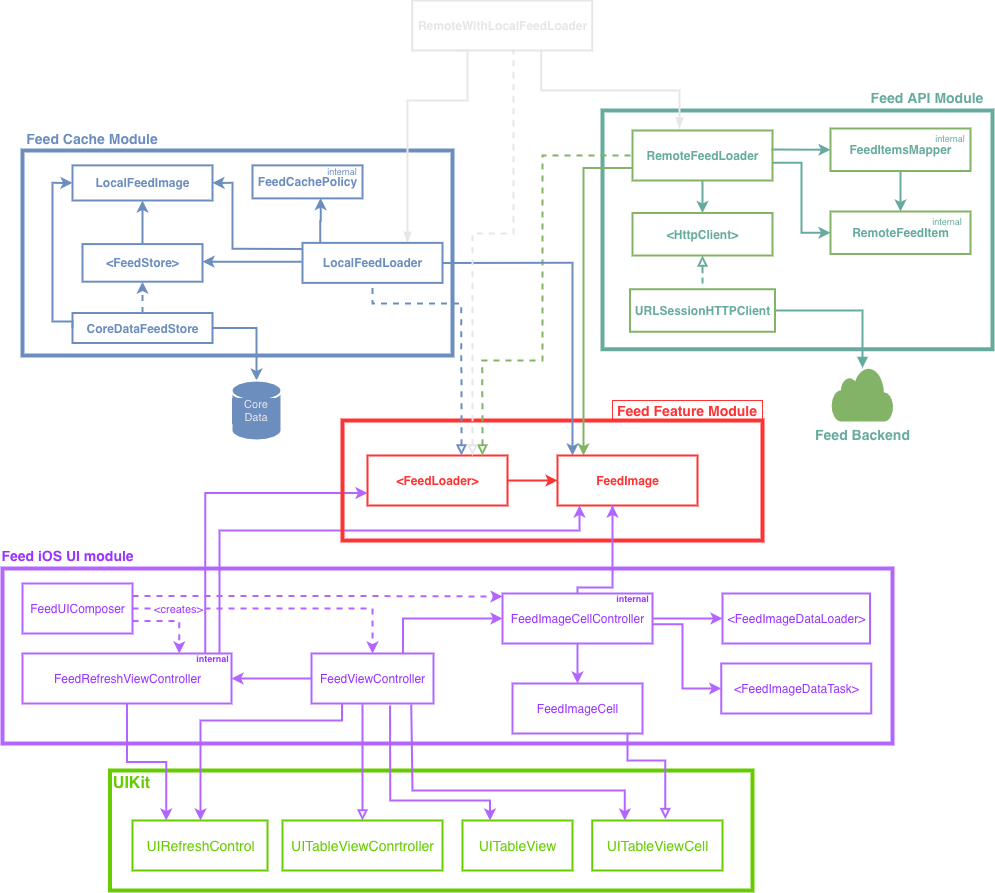
This is _images/architecture.png from iCamilo/ios-lead-essentials-feed-fetcher, a draw.io export, as it was before one commit. Source tidied: cells renumbered, new cells last; positions are measured from the earlier drawing's top-left corner, leaving out a move shared by most shapes.
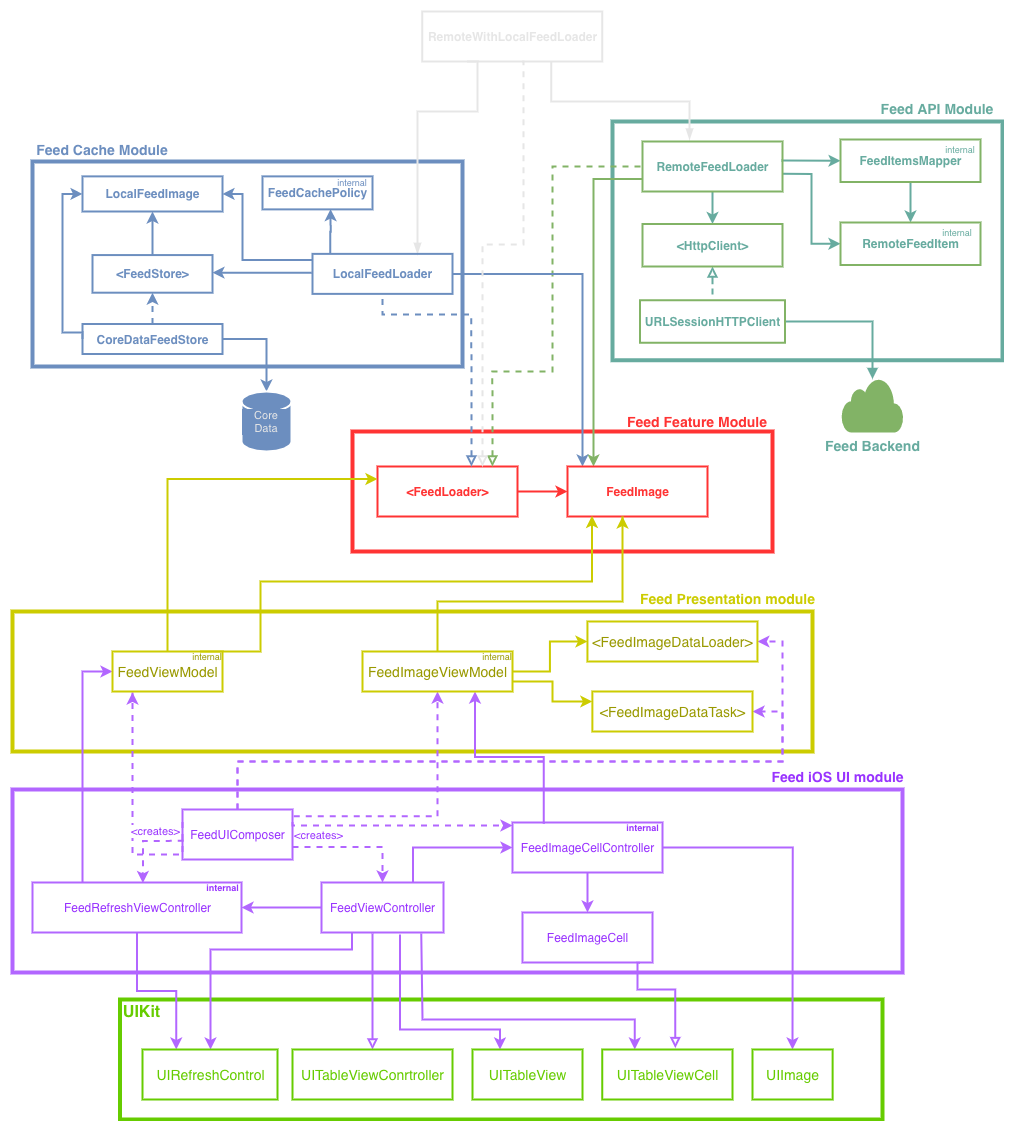
The same file after the commit.

Commit message:
Update architecture diagram with the presentation (ViewModels) modules.

Diff of the diagram source:
```diff
@@ -4,2 +4,5 @@
     <mxCell id="1" parent="0" />
+    <mxCell id="82" style="rounded=0;whiteSpace=wrap;html=1;strokeColor=#CCCC00;strokeWidth=4;fillColor=none;fontSize=9;fontColor=#999900;" parent="1" vertex="1">
+      <mxGeometry y="600" width="800" height="140" as="geometry" />
+    </mxCell>
     <mxCell id="2" style="html=1;fillColor=none;strokeColor=#6c8ebf;strokeWidth=4;fontColor=#6C8EBF;fontStyle=1;shadow=0;" parent="1" vertex="1">
@@ -8,19 +11,7 @@
     <mxCell id="3" style="rounded=0;whiteSpace=wrap;html=1;strokeColor=#66CC00;strokeWidth=4;fillColor=none;fontSize=14;fontColor=#9933FF;" parent="1" vertex="1">
-      <mxGeometry x="107.5" y="770" width="642.5" height="120" as="geometry" />
+      <mxGeometry x="107.5" y="988" width="762.5" height="120" as="geometry" />
     </mxCell>
     <mxCell id="4" style="rounded=0;whiteSpace=wrap;html=1;strokeColor=#B266FF;strokeWidth=4;fillColor=none;fontSize=9;fontColor=#9933FF;" parent="1" vertex="1">
-      <mxGeometry y="568" width="890" height="175" as="geometry" />
+      <mxGeometry y="778" width="890" height="183" as="geometry" />
     </mxCell>
-    <mxCell id="5" style="edgeStyle=orthogonalEdgeStyle;rounded=0;jettySize=auto;html=1;entryX=0;entryY=0.75;entryDx=0;entryDy=0;strokeColor=#B266FF;strokeWidth=2;fontColor=#9933FF;exitX=0.321;exitY=0;exitDx=0;exitDy=0;exitPerimeter=0;" parent="1" edge="1" source="70" target="12">
-      <mxGeometry relative="1" as="geometry" />
-    </mxCell>
-    <mxCell id="6" style="edgeStyle=orthogonalEdgeStyle;rounded=0;jettySize=auto;html=1;strokeColor=#B266FF;strokeWidth=2;fontColor=#9933FF;exitX=0.675;exitY=-0.083;exitDx=0;exitDy=0;exitPerimeter=0;" parent="1" edge="1" source="70">
-      <mxGeometry relative="1" as="geometry">
-        <mxPoint x="577" y="505" as="targetPoint" />
-        <Array as="points">
-          <mxPoint x="217" y="530" />
-          <mxPoint x="577" y="530" />
-        </Array>
-      </mxGeometry>
-    </mxCell>
     <mxCell id="7" style="rounded=0;whiteSpace=wrap;html=1;strokeWidth=4;fillColor=none;gradientColor=none;strokeColor=#FF3333;fontColor=#FF3333;" parent="1" vertex="1">
@@ -149,3 +140,3 @@
     </mxCell>
-    <mxCell id="37" value="Feed Feature Module" style="text;html=1;fillColor=none;align=center;verticalAlign=middle;whiteSpace=wrap;rounded=0;fontSize=14;fontStyle=1;strokeColor=#FF3333;fontColor=#FF3333;" parent="1" vertex="1">
+    <mxCell id="37" value="Feed Feature Module" style="text;html=1;fillColor=none;align=center;verticalAlign=middle;whiteSpace=wrap;rounded=0;fontSize=14;fontStyle=1;fontColor=#FF3333;" parent="1" vertex="1">
       <mxGeometry x="610" y="400" width="150" height="20" as="geometry" />
@@ -208,3 +199,3 @@
       <mxGeometry relative="1" as="geometry">
-        <mxPoint x="360" y="704" as="sourcePoint" />
+        <mxPoint x="360" y="922" as="sourcePoint" />
       </mxGeometry>
@@ -214,4 +205,4 @@
         <Array as="points">
-          <mxPoint x="340" y="720" />
-          <mxPoint x="198" y="720" />
+          <mxPoint x="340" y="938" />
+          <mxPoint x="198" y="938" />
         </Array>
@@ -222,4 +213,4 @@
         <Array as="points">
-          <mxPoint x="388" y="800" />
-          <mxPoint x="488" y="800" />
+          <mxPoint x="388" y="1018" />
+          <mxPoint x="488" y="1018" />
         </Array>
@@ -230,5 +221,5 @@
         <Array as="points">
-          <mxPoint x="410" y="704" />
-          <mxPoint x="410" y="790" />
-          <mxPoint x="622" y="790" />
+          <mxPoint x="410" y="922" />
+          <mxPoint x="410" y="1008" />
+          <mxPoint x="622" y="1008" />
         </Array>
@@ -237,3 +228,3 @@
     <mxCell id="56" value="FeedViewController" style="html=1;fillColor=none;strokeWidth=2;fontColor=#9933FF;strokeColor=#B266FF;" parent="1" vertex="1">
-      <mxGeometry x="309" y="653" width="122" height="50" as="geometry" />
+      <mxGeometry x="309" y="871" width="122" height="50" as="geometry" />
     </mxCell>
@@ -242,4 +233,11 @@
     </mxCell>
+    <mxCell id="83" style="edgeStyle=orthogonalEdgeStyle;rounded=0;jettySize=auto;html=1;entryX=0;entryY=0.5;entryDx=0;entryDy=0;strokeColor=#B266FF;strokeWidth=2;fontColor=#9933FF;" parent="1" edge="1" source="58" target="92">
+      <mxGeometry relative="1" as="geometry">
+        <Array as="points">
+          <mxPoint x="70" y="660" />
+        </Array>
+      </mxGeometry>
+    </mxCell>
     <mxCell id="58" value="FeedRefreshViewController" style="html=1;fillColor=none;strokeWidth=2;fontColor=#9933FF;strokeColor=#B266FF;" parent="1" vertex="1">
-      <mxGeometry x="20" y="653" width="209" height="50" as="geometry" />
+      <mxGeometry x="20" y="871" width="209" height="50" as="geometry" />
     </mxCell>
@@ -248,32 +246,11 @@
     </mxCell>
-    <mxCell id="60" style="edgeStyle=orthogonalEdgeStyle;rounded=0;jettySize=auto;html=1;strokeColor=#B266FF;strokeWidth=2;fontColor=#9933FF;" parent="1" edge="1" source="63" target="65">
-      <mxGeometry relative="1" as="geometry" />
-    </mxCell>
-    <mxCell id="61" style="edgeStyle=orthogonalEdgeStyle;rounded=0;jettySize=auto;html=1;strokeColor=#B266FF;strokeWidth=2;fontColor=#9933FF;exitX=1;exitY=0.613;exitDx=0;exitDy=0;exitPerimeter=0;entryX=0;entryY=0.5;entryDx=0;entryDy=0;" parent="1" edge="1" source="63" target="64">
-      <mxGeometry relative="1" as="geometry">
-        <Array as="points">
-          <mxPoint x="680" y="624" />
-          <mxPoint x="680" y="688" />
-        </Array>
-      </mxGeometry>
-    </mxCell>
-    <mxCell id="62" style="edgeStyle=orthogonalEdgeStyle;rounded=0;jettySize=auto;html=1;strokeColor=#B266FF;strokeWidth=2;fontColor=#9933FF;" parent="1" edge="1" source="63">
-      <mxGeometry relative="1" as="geometry">
-        <mxPoint x="610" y="505" as="targetPoint" />
-        <Array as="points">
-          <mxPoint x="575" y="587" />
-          <mxPoint x="610" y="587" />
-          <mxPoint x="610" y="505" />
-        </Array>
-      </mxGeometry>
-    </mxCell>
+    <mxCell id="84" style="edgeStyle=orthogonalEdgeStyle;rounded=0;jettySize=auto;html=1;entryX=0.5;entryY=0;entryDx=0;entryDy=0;strokeColor=#B266FF;strokeWidth=2;fontColor=#9933FF;" parent="1" edge="1" source="63" target="99">
+      <mxGeometry relative="1" as="geometry" />
+    </mxCell>
+    <mxCell id="85" style="edgeStyle=orthogonalEdgeStyle;rounded=0;jettySize=auto;html=1;entryX=0.75;entryY=1;entryDx=0;entryDy=0;strokeColor=#B266FF;strokeWidth=2;fontColor=#9933FF;exitX=0.208;exitY=0.027;exitDx=0;exitDy=0;exitPerimeter=0;" parent="1" edge="1" source="63" target="97">
+      <mxGeometry relative="1" as="geometry" />
+    </mxCell>
     <mxCell id="63" value="FeedImageCellController" style="html=1;fillColor=none;strokeWidth=2;fontColor=#9933FF;strokeColor=#B266FF;" parent="1" vertex="1">
-      <mxGeometry x="500" y="593" width="150" height="50" as="geometry" />
+      <mxGeometry x="500" y="811" width="150" height="50" as="geometry" />
     </mxCell>
-    <mxCell id="64" value="&amp;lt;FeedImageDataTask&amp;gt;" style="html=1;fillColor=none;strokeWidth=2;fontColor=#9933FF;strokeColor=#B266FF;" parent="1" vertex="1">
-      <mxGeometry x="718.8" y="663" width="150" height="50" as="geometry" />
-    </mxCell>
-    <mxCell id="65" value="&amp;lt;FeedImageDataLoader&amp;gt;" style="html=1;fillColor=none;strokeWidth=2;fontColor=#9933FF;strokeColor=#B266FF;" parent="1" vertex="1">
-      <mxGeometry x="720" y="593" width="147.5" height="50" as="geometry" />
-    </mxCell>
     <mxCell id="66" style="edgeStyle=orthogonalEdgeStyle;rounded=0;jettySize=auto;html=1;endArrow=block;endFill=0;strokeColor=#B266FF;strokeWidth=2;fontColor=#9933FF;exitX=0.904;exitY=1.006;exitDx=0;exitDy=0;exitPerimeter=0;entryX=0.561;entryY=-0.028;entryDx=0;entryDy=0;entryPerimeter=0;" parent="1" edge="1" source="67" target="79">
@@ -281,5 +258,5 @@
         <Array as="points">
-          <mxPoint x="625" y="733" />
-          <mxPoint x="625" y="760" />
-          <mxPoint x="663" y="760" />
+          <mxPoint x="625" y="951" />
+          <mxPoint x="625" y="978" />
+          <mxPoint x="663" y="978" />
         </Array>
@@ -288,20 +265,54 @@
     <mxCell id="67" value="FeedImageCell" style="html=1;fillColor=none;strokeWidth=2;fontColor=#9933FF;strokeColor=#B266FF;" parent="1" vertex="1">
-      <mxGeometry x="510" y="683" width="130" height="50" as="geometry" />
+      <mxGeometry x="510" y="901" width="130" height="50" as="geometry" />
     </mxCell>
-    <mxCell id="68" style="edgeStyle=orthogonalEdgeStyle;rounded=0;jettySize=auto;html=1;dashed=1;strokeColor=#B266FF;strokeWidth=2;fontColor=#9933FF;exitX=1;exitY=0.75;exitDx=0;exitDy=0;entryX=0.75;entryY=0;entryDx=0;entryDy=0;" parent="1" edge="1" source="69" target="58">
-      <mxGeometry relative="1" as="geometry" />
+    <mxCell id="68" style="edgeStyle=orthogonalEdgeStyle;rounded=0;jettySize=auto;html=1;dashed=1;strokeColor=#B266FF;strokeWidth=2;fontColor=#9933FF;exitX=0.011;exitY=0.627;exitDx=0;exitDy=0;exitPerimeter=0;entryX=0.528;entryY=0.01;entryDx=0;entryDy=0;entryPerimeter=0;" parent="1" edge="1" source="69" target="58">
+      <mxGeometry relative="1" as="geometry">
+        <Array as="points">
+          <mxPoint x="130" y="829" />
+        </Array>
+      </mxGeometry>
     </mxCell>
+    <mxCell id="86" style="edgeStyle=orthogonalEdgeStyle;rounded=0;jettySize=auto;html=1;dashed=1;strokeColor=#B266FF;strokeWidth=2;fontColor=#9933FF;exitX=0;exitY=0.25;exitDx=0;exitDy=0;" parent="1" edge="1" source="69">
+      <mxGeometry relative="1" as="geometry">
+        <mxPoint x="120" y="681" as="targetPoint" />
+        <Array as="points">
+          <mxPoint x="120" y="843" />
+          <mxPoint x="120" y="681" />
+        </Array>
+      </mxGeometry>
+    </mxCell>
+    <mxCell id="87" style="edgeStyle=orthogonalEdgeStyle;rounded=0;jettySize=auto;html=1;dashed=1;strokeColor=#B266FF;strokeWidth=2;fontColor=#9933FF;exitX=1.011;exitY=0.137;exitDx=0;exitDy=0;exitPerimeter=0;" parent="1" edge="1" source="69" target="97">
+      <mxGeometry relative="1" as="geometry" />
+    </mxCell>
+    <mxCell id="88" style="edgeStyle=orthogonalEdgeStyle;rounded=0;jettySize=auto;html=1;entryX=1;entryY=0.5;entryDx=0;entryDy=0;dashed=1;strokeColor=#B266FF;strokeWidth=2;fontColor=#9933FF;exitX=0.5;exitY=0;exitDx=0;exitDy=0;" parent="1" edge="1" source="69" target="64">
+      <mxGeometry relative="1" as="geometry">
+        <Array as="points">
+          <mxPoint x="225" y="750" />
+          <mxPoint x="770" y="750" />
+          <mxPoint x="770" y="700" />
+        </Array>
+      </mxGeometry>
+    </mxCell>
+    <mxCell id="89" style="edgeStyle=orthogonalEdgeStyle;rounded=0;jettySize=auto;html=1;entryX=1;entryY=0.5;entryDx=0;entryDy=0;dashed=1;strokeColor=#B266FF;strokeWidth=2;fontColor=#9933FF;exitX=0.5;exitY=0;exitDx=0;exitDy=0;" parent="1" edge="1" source="69" target="65">
+      <mxGeometry relative="1" as="geometry">
+        <Array as="points">
+          <mxPoint x="225" y="750" />
+          <mxPoint x="770" y="750" />
+          <mxPoint x="770" y="630" />
+        </Array>
+      </mxGeometry>
+    </mxCell>
     <mxCell id="69" value="FeedUIComposer" style="html=1;strokeColor=#B266FF;strokeWidth=2;fillColor=none;fontColor=#9933FF;" parent="1" vertex="1">
-      <mxGeometry x="20" y="583" width="110" height="50" as="geometry" />
+      <mxGeometry x="170" y="798" width="110" height="50" as="geometry" />
     </mxCell>
     <mxCell id="70" value="internal" style="text;align=center;fontStyle=1;verticalAlign=middle;spacingLeft=3;spacingRight=3;strokeColor=none;points=[[0,0.5],[1,0.5]];portConstraint=eastwest;fillColor=none;fontColor=#9933FF;html=1;fontSize=9;" parent="1" vertex="1">
-      <mxGeometry x="190" y="653" width="40" height="10" as="geometry" />
+      <mxGeometry x="190" y="871" width="40" height="10" as="geometry" />
     </mxCell>
     <mxCell id="71" value="internal" style="text;align=center;fontStyle=1;verticalAlign=middle;spacingLeft=3;spacingRight=3;strokeColor=none;fillColor=none;fontColor=#9933FF;html=1;fontSize=9;" parent="1" vertex="1">
-      <mxGeometry x="610" y="593" width="40" height="10" as="geometry" />
+      <mxGeometry x="610" y="811" width="40" height="10" as="geometry" />
     </mxCell>
     <mxCell id="72" value="Feed iOS UI module" style="text;align=center;fontStyle=1;verticalAlign=middle;spacingLeft=3;spacingRight=3;strokeColor=none;fillColor=none;fontSize=14;fontColor=#9933FF;html=1;" parent="1" vertex="1">
-      <mxGeometry y="542" width="130" height="26" as="geometry" />
+      <mxGeometry x="760" y="752" width="130" height="26" as="geometry" />
     </mxCell>
-    <mxCell id="73" style="edgeStyle=orthogonalEdgeStyle;rounded=0;jettySize=auto;html=1;entryX=0.5;entryY=0;entryDx=0;entryDy=0;dashed=1;strokeColor=#B266FF;strokeWidth=2;fontColor=#9933FF;" parent="1" edge="1" source="69" target="56">
+    <mxCell id="73" style="edgeStyle=orthogonalEdgeStyle;rounded=0;jettySize=auto;html=1;entryX=0.5;entryY=0;entryDx=0;entryDy=0;dashed=1;strokeColor=#B266FF;strokeWidth=2;fontColor=#9933FF;exitX=1;exitY=0.75;exitDx=0;exitDy=0;" parent="1" edge="1" source="69" target="56">
       <mxGeometry relative="1" as="geometry" />
@@ -310,3 +321,3 @@
       <mxGeometry x="-0.8" y="-1" relative="1" as="geometry">
-        <mxPoint x="17.1" y="-1" as="offset" />
+        <mxPoint x="12.5" y="-13.5" as="offset" />
       </mxGeometry>
@@ -315,6 +326,6 @@
       <mxGeometry relative="1" as="geometry">
-        <mxPoint x="500" y="596" as="targetPoint" />
+        <mxPoint x="500" y="814" as="targetPoint" />
         <Array as="points">
-          <mxPoint x="345" y="596" />
-          <mxPoint x="500" y="596" />
+          <mxPoint x="345" y="814" />
+          <mxPoint x="500" y="814" />
         </Array>
@@ -323,15 +334,15 @@
     <mxCell id="76" value="UITableViewConrtroller" style="html=1;strokeColor=#66CC00;strokeWidth=2;fillColor=none;fontSize=14;fontColor=#66CC00;" parent="1" vertex="1">
-      <mxGeometry x="280" y="820" width="160" height="50" as="geometry" />
+      <mxGeometry x="280" y="1038" width="160" height="50" as="geometry" />
     </mxCell>
     <mxCell id="77" value="UIRefreshControl" style="html=1;strokeColor=#66CC00;strokeWidth=2;fillColor=none;fontSize=14;fontColor=#66CC00;" parent="1" vertex="1">
-      <mxGeometry x="130" y="820" width="135" height="50" as="geometry" />
+      <mxGeometry x="130" y="1038" width="135" height="50" as="geometry" />
     </mxCell>
     <mxCell id="78" value="UITableView" style="html=1;strokeColor=#66CC00;strokeWidth=2;fillColor=none;fontSize=14;fontColor=#66CC00;" parent="1" vertex="1">
-      <mxGeometry x="460" y="820" width="110" height="50" as="geometry" />
+      <mxGeometry x="460" y="1038" width="110" height="50" as="geometry" />
     </mxCell>
     <mxCell id="79" value="UITableViewCell" style="html=1;strokeColor=#66CC00;strokeWidth=2;fillColor=none;fontSize=14;fontColor=#66CC00;" parent="1" vertex="1">
-      <mxGeometry x="589.8" y="820" width="130.2" height="50" as="geometry" />
+      <mxGeometry x="589.8" y="1038" width="130.2" height="50" as="geometry" />
     </mxCell>
     <mxCell id="80" value="&lt;font color=&quot;#66cc00&quot; style=&quot;font-size: 16px&quot;&gt;UIKit&lt;/font&gt;" style="text;align=center;fontStyle=1;verticalAlign=middle;spacingLeft=3;spacingRight=3;strokeColor=none;fillColor=none;fontSize=14;fontColor=#9933FF;html=1;" parent="1" vertex="1">
-      <mxGeometry x="107.5" y="770" width="42.5" height="26" as="geometry" />
+      <mxGeometry x="107.5" y="988" width="42.5" height="26" as="geometry" />
     </mxCell>
@@ -340,2 +351,56 @@
     </mxCell>
+    <mxCell id="90" style="edgeStyle=orthogonalEdgeStyle;rounded=0;jettySize=auto;html=1;entryX=0;entryY=0.25;entryDx=0;entryDy=0;strokeWidth=2;fontSize=14;fontColor=#999900;strokeColor=#CCCC00;exitX=0.5;exitY=0;exitDx=0;exitDy=0;" parent="1" edge="1" source="92" target="12">
+      <mxGeometry relative="1" as="geometry" />
+    </mxCell>
+    <mxCell id="91" style="edgeStyle=orthogonalEdgeStyle;rounded=0;jettySize=auto;html=1;entryX=0.175;entryY=0.987;entryDx=0;entryDy=0;entryPerimeter=0;strokeColor=#CCCC00;strokeWidth=2;fontSize=9;fontColor=#999900;exitX=0.25;exitY=0;exitDx=0;exitDy=0;" parent="1" edge="1" source="93" target="36">
+      <mxGeometry relative="1" as="geometry">
+        <Array as="points">
+          <mxPoint x="248" y="570" />
+          <mxPoint x="580" y="570" />
+        </Array>
+      </mxGeometry>
+    </mxCell>
+    <mxCell id="92" value="FeedViewModel" style="html=1;labelBackgroundColor=none;strokeWidth=2;fontSize=14;fillColor=none;strokeColor=#CCCC00;fontColor=#999900;" parent="1" vertex="1">
+      <mxGeometry x="100" y="640" width="110" height="40" as="geometry" />
+    </mxCell>
+    <mxCell id="93" value="internal" style="text;html=1;strokeColor=none;fillColor=none;align=center;verticalAlign=middle;whiteSpace=wrap;rounded=0;fontSize=9;fontColor=#999900;" parent="1" vertex="1">
+      <mxGeometry x="180" y="640" width="30" height="10" as="geometry" />
+    </mxCell>
+    <mxCell id="94" style="edgeStyle=orthogonalEdgeStyle;rounded=0;jettySize=auto;html=1;strokeColor=#CCCC00;strokeWidth=2;fontSize=9;fontColor=#999900;" parent="1" edge="1" source="97" target="65">
+      <mxGeometry relative="1" as="geometry" />
+    </mxCell>
+    <mxCell id="95" style="edgeStyle=orthogonalEdgeStyle;rounded=0;jettySize=auto;html=1;strokeColor=#CCCC00;strokeWidth=2;fontSize=9;fontColor=#999900;entryX=0;entryY=0.25;entryDx=0;entryDy=0;exitX=1;exitY=0.75;exitDx=0;exitDy=0;" parent="1" edge="1" source="97" target="64">
+      <mxGeometry relative="1" as="geometry" />
+    </mxCell>
+    <mxCell id="96" style="edgeStyle=orthogonalEdgeStyle;rounded=0;jettySize=auto;html=1;strokeColor=#CCCC00;strokeWidth=2;fontSize=9;fontColor=#999900;exitX=0.5;exitY=0;exitDx=0;exitDy=0;" parent="1" edge="1" source="97">
+      <mxGeometry relative="1" as="geometry">
+        <mxPoint x="610" y="505" as="targetPoint" />
+        <Array as="points">
+          <mxPoint x="425" y="590" />
+          <mxPoint x="610" y="590" />
+          <mxPoint x="610" y="505" />
+        </Array>
+      </mxGeometry>
+    </mxCell>
+    <mxCell id="97" value="FeedImageViewModel" style="html=1;labelBackgroundColor=none;strokeWidth=2;fontSize=14;fillColor=none;strokeColor=#CCCC00;fontColor=#999900;" parent="1" vertex="1">
+      <mxGeometry x="350" y="640" width="150" height="40" as="geometry" />
+    </mxCell>
+    <mxCell id="64" value="&amp;lt;FeedImageDataTask&amp;gt;" style="html=1;labelBackgroundColor=none;strokeWidth=2;fontSize=14;fillColor=none;strokeColor=#CCCC00;fontColor=#999900;" parent="1" vertex="1">
+      <mxGeometry x="579.9" y="680" width="160.1" height="40" as="geometry" />
+    </mxCell>
+    <mxCell id="65" value="&amp;lt;FeedImageDataLoader&amp;gt;" style="html=1;labelBackgroundColor=none;strokeWidth=2;fontSize=14;fillColor=none;strokeColor=#CCCC00;fontColor=#999900;" parent="1" vertex="1">
+      <mxGeometry x="574.9" y="610" width="170" height="40" as="geometry" />
+    </mxCell>
+    <mxCell id="98" value="internal" style="text;html=1;strokeColor=none;fillColor=none;align=center;verticalAlign=middle;whiteSpace=wrap;rounded=0;fontSize=9;fontColor=#999900;" parent="1" vertex="1">
+      <mxGeometry x="470" y="640" width="30" height="10" as="geometry" />
+    </mxCell>
+    <mxCell id="99" value="UIImage" style="html=1;strokeColor=#66CC00;strokeWidth=2;fillColor=none;fontSize=14;fontColor=#66CC00;" parent="1" vertex="1">
+      <mxGeometry x="740" y="1038" width="80.1" height="50" as="geometry" />
+    </mxCell>
+    <mxCell id="100" value="&amp;lt;creates&amp;gt;" style="edgeLabel;html=1;align=center;verticalAlign=middle;fontColor=#9933FF;" parent="1" vertex="1">
+      <mxGeometry x="142" y="819" as="geometry" />
+    </mxCell>
+    <mxCell id="101" value="Feed Presentation module" style="text;align=center;fontStyle=1;verticalAlign=middle;spacingLeft=3;spacingRight=3;strokeColor=none;fillColor=none;fontSize=14;html=1;fontColor=#CCCC00;" parent="1" vertex="1">
+      <mxGeometry x="630" y="574" width="170" height="26" as="geometry" />
+    </mxCell>
   </root>
```
